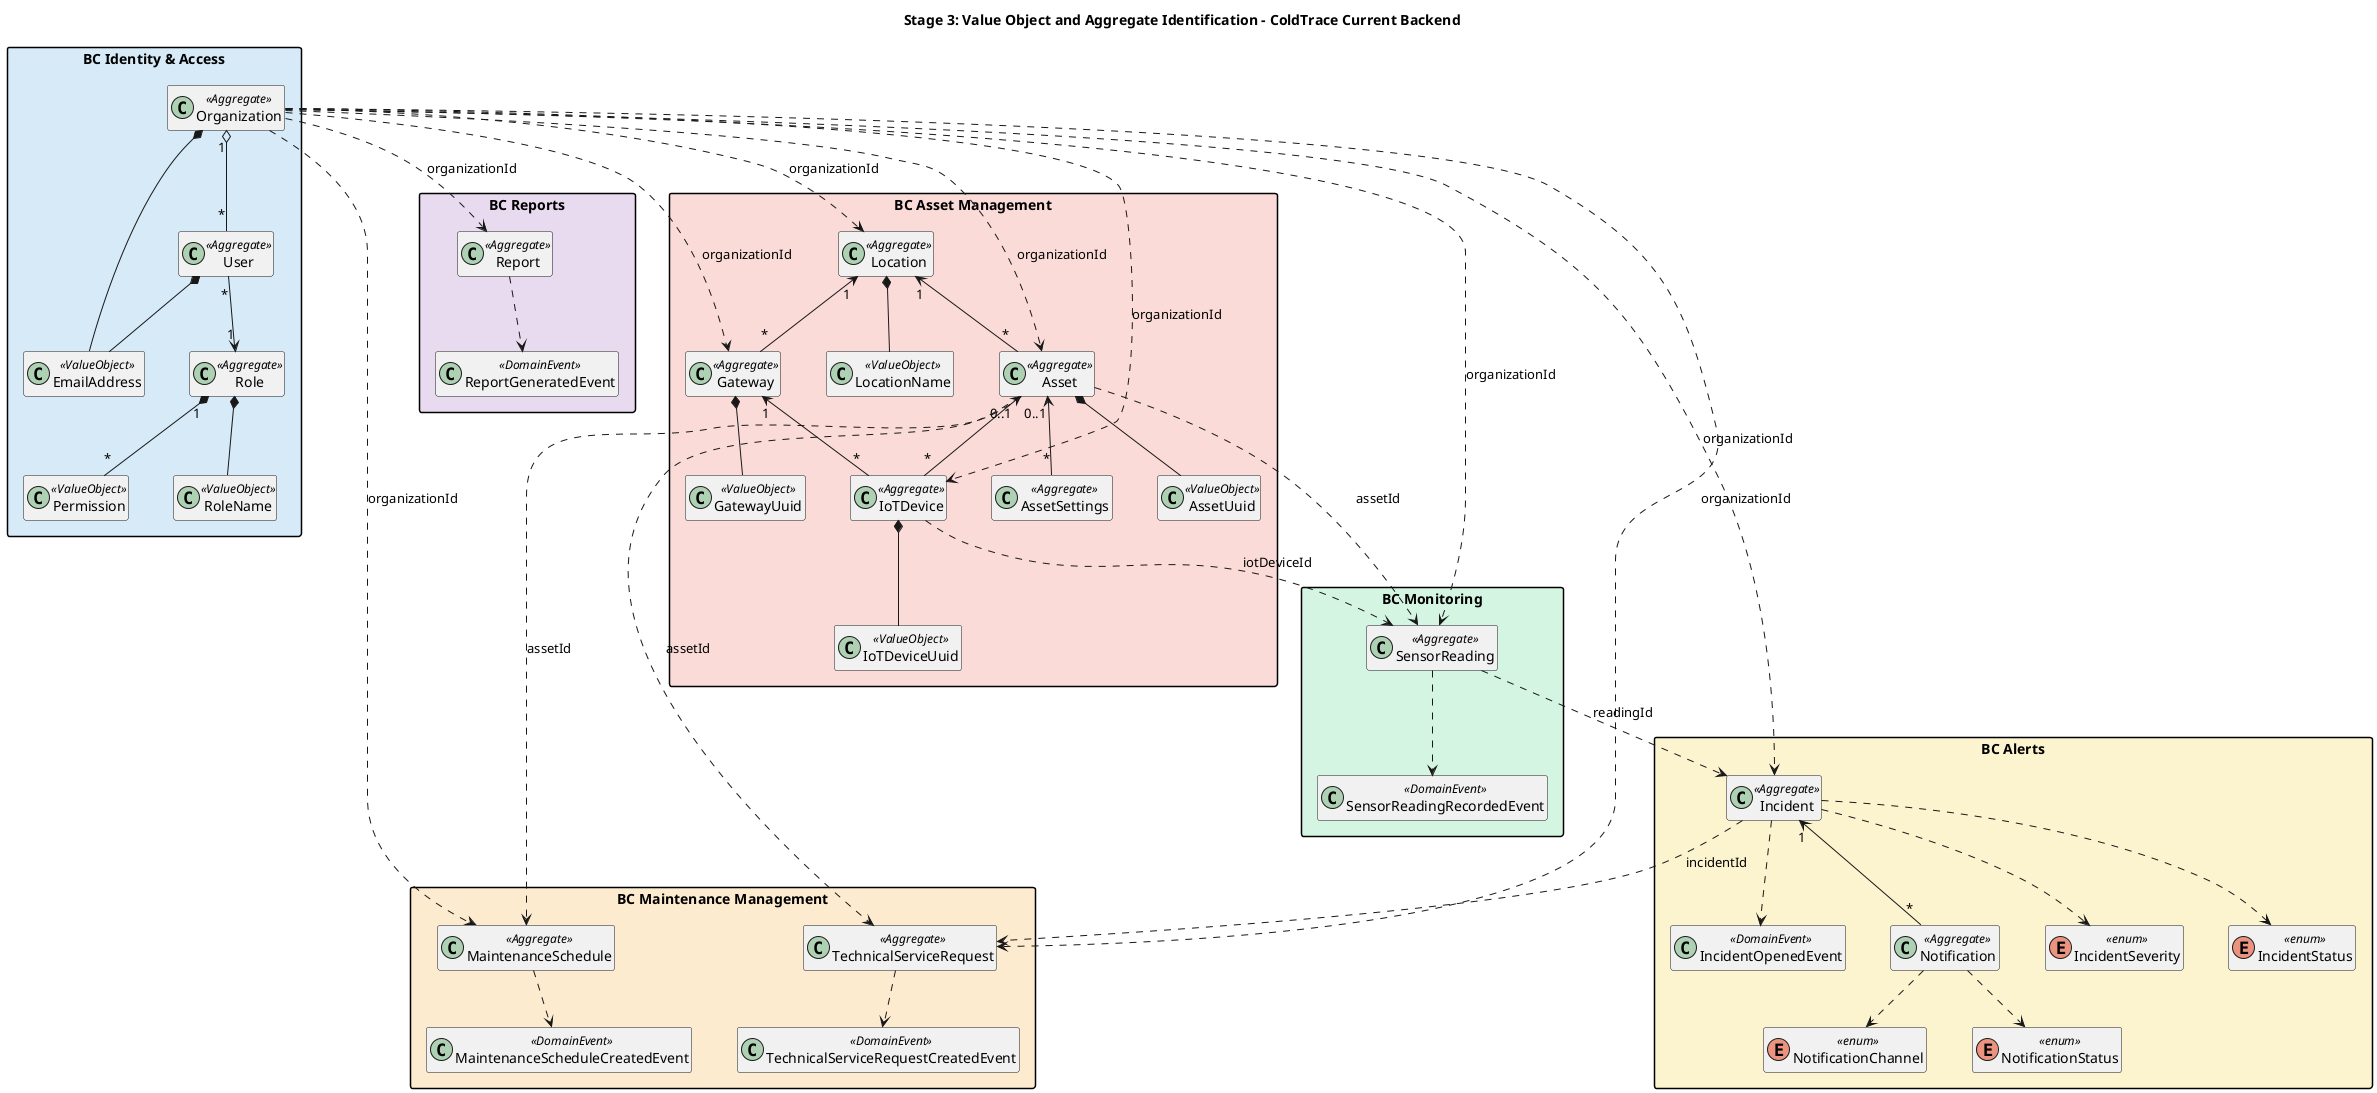
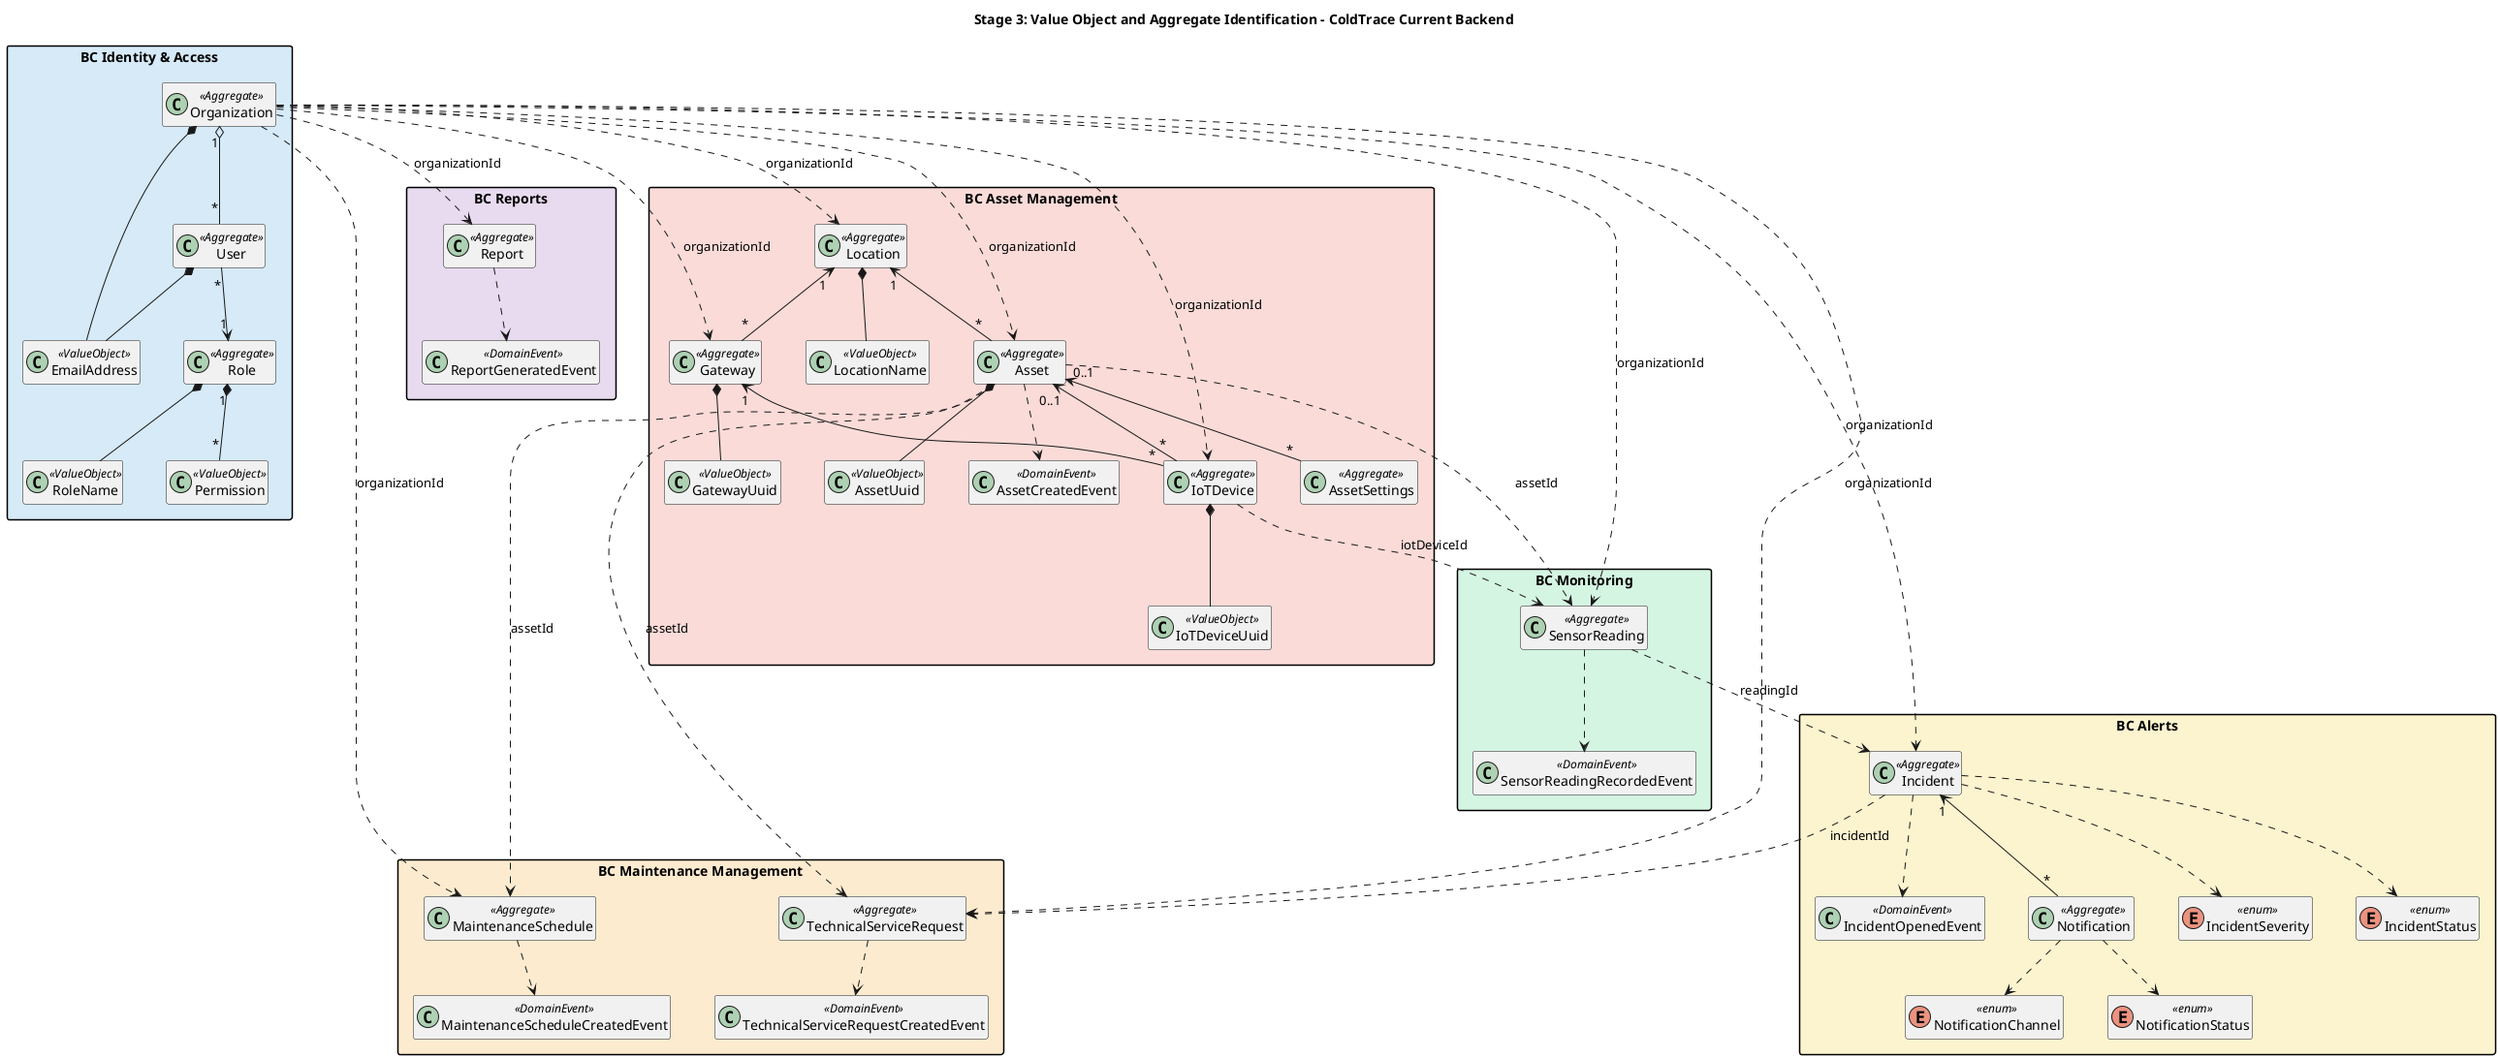
@startuml

title Stage 3: Value Object and Aggregate Identification - ColdTrace Current Backend

skinparam classAttributeIconSize 0
skinparam nodesep 45
skinparam ranksep 55
skinparam packageStyle rectangle
skinparam shadowing false
hide methods
hide empty members

package "BC Identity & Access" #D6EAF8 {

  class Organization <<Aggregate>>
  class User <<Aggregate>>
  class Role <<Aggregate>>
  class EmailAddress <<ValueObject>>
  class RoleName <<ValueObject>>
  class Permission <<ValueObject>>

  Organization "1" o-- "*" User
  User "*" --> "1" Role
  Role "1" *-- "*" Permission
  Organization *-- EmailAddress
  User *-- EmailAddress
  Role *-- RoleName
}

package "BC Asset Management" #FADBD8 {
  class Location <<Aggregate>>
  class Asset <<Aggregate>>
  class Gateway <<Aggregate>>
  class IoTDevice <<Aggregate>>
  class AssetSettings <<Aggregate>>
  class LocationName <<ValueObject>>
  class AssetUuid <<ValueObject>>
  class GatewayUuid <<ValueObject>>
  class IoTDeviceUuid <<ValueObject>>
+   class AssetCreatedEvent <<DomainEvent>>

  Location "1" <-- "*" Asset
  Location "1" <-- "*" Gateway
  Gateway "1" <-- "*" IoTDevice
  Asset "0..1" <-- "*" IoTDevice
  Asset "0..1" <-- "*" AssetSettings
  Location *-- LocationName
  Asset *-- AssetUuid
  Gateway *-- GatewayUuid
  IoTDevice *-- IoTDeviceUuid
+   Asset ..> AssetCreatedEvent
}

package "BC Monitoring" #D5F5E3 {
  class SensorReading <<Aggregate>>
  class SensorReadingRecordedEvent <<DomainEvent>>

  SensorReading ..> SensorReadingRecordedEvent
}

package "BC Alerts" #FCF3CF {
  class Incident <<Aggregate>>
  class Notification <<Aggregate>>
  enum IncidentSeverity <<enum>>
  enum IncidentStatus <<enum>>
  enum NotificationChannel <<enum>>
  enum NotificationStatus <<enum>>
  class IncidentOpenedEvent <<DomainEvent>>

  Incident "1" <-- "*" Notification
  Incident ..> IncidentSeverity
  Incident ..> IncidentStatus
  Notification ..> NotificationChannel
  Notification ..> NotificationStatus
  Incident ..> IncidentOpenedEvent
}

package "BC Maintenance Management" #FDEBD0 {
  class MaintenanceSchedule <<Aggregate>>
  class TechnicalServiceRequest <<Aggregate>>
  class MaintenanceScheduleCreatedEvent <<DomainEvent>>
  class TechnicalServiceRequestCreatedEvent <<DomainEvent>>

  MaintenanceSchedule ..> MaintenanceScheduleCreatedEvent
  TechnicalServiceRequest ..> TechnicalServiceRequestCreatedEvent
}

package "BC Reports" #E8DAEF {
  class Report <<Aggregate>>
  class ReportGeneratedEvent <<DomainEvent>>

  Report ..> ReportGeneratedEvent
}

Organization ..> Location : organizationId
Organization ..> Asset : organizationId
Organization ..> Gateway : organizationId
Organization ..> IoTDevice : organizationId
Organization ..> SensorReading : organizationId
Organization ..> Incident : organizationId
Organization ..> MaintenanceSchedule : organizationId
Organization ..> TechnicalServiceRequest : organizationId
Organization ..> Report : organizationId
Asset ..> SensorReading : assetId
IoTDevice ..> SensorReading : iotDeviceId
SensorReading ..> Incident : readingId
Incident ..> TechnicalServiceRequest : incidentId
Asset ..> MaintenanceSchedule : assetId
Asset ..> TechnicalServiceRequest : assetId

@enduml
